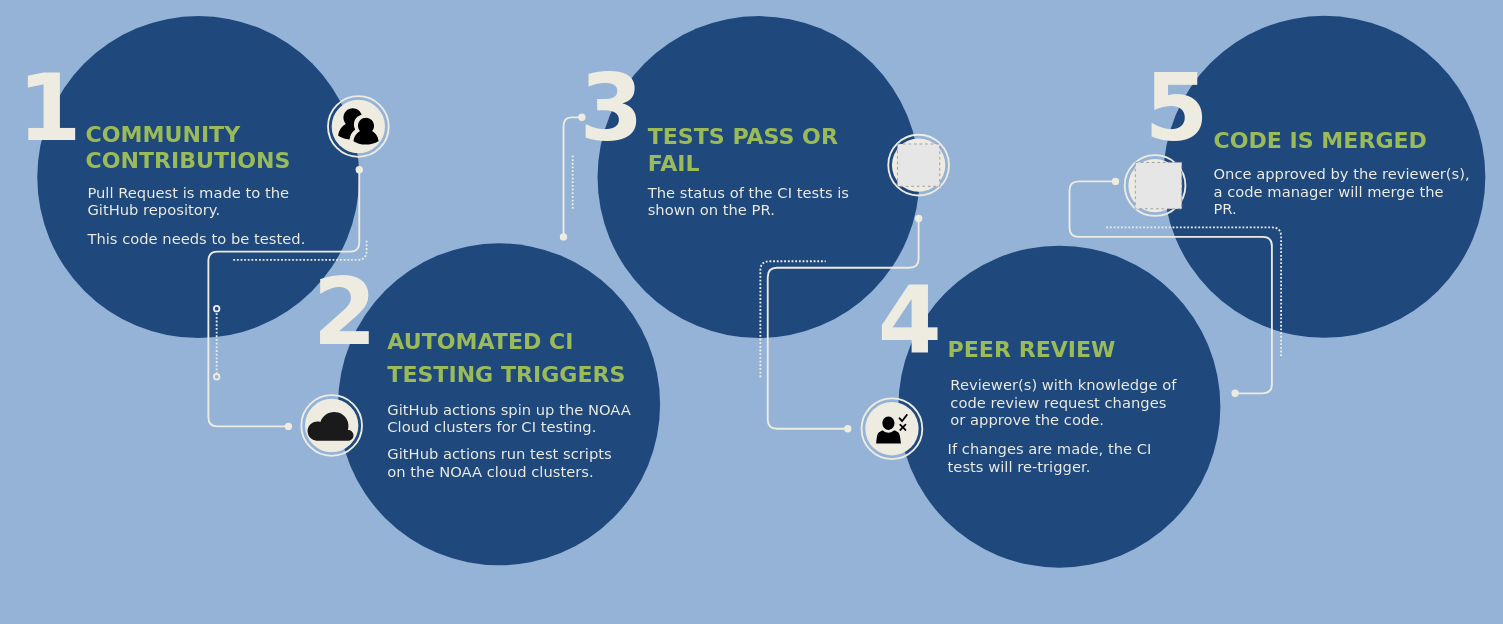
Above: Flowchart2AGU22.drawio in laurenchilutti/draw_io (draw.io), before the change. Source tidied: cells renumbered, new cells numbered last; positions are measured from the earlier drawing's top-left corner, leaving out a move shared by most shapes. Both pictures are drawn from the tidied source at 92%, with x=0, y=0 at pixel (16, 16). Pictures stored in the file or linked from it are replaced by grey dashed boxes.
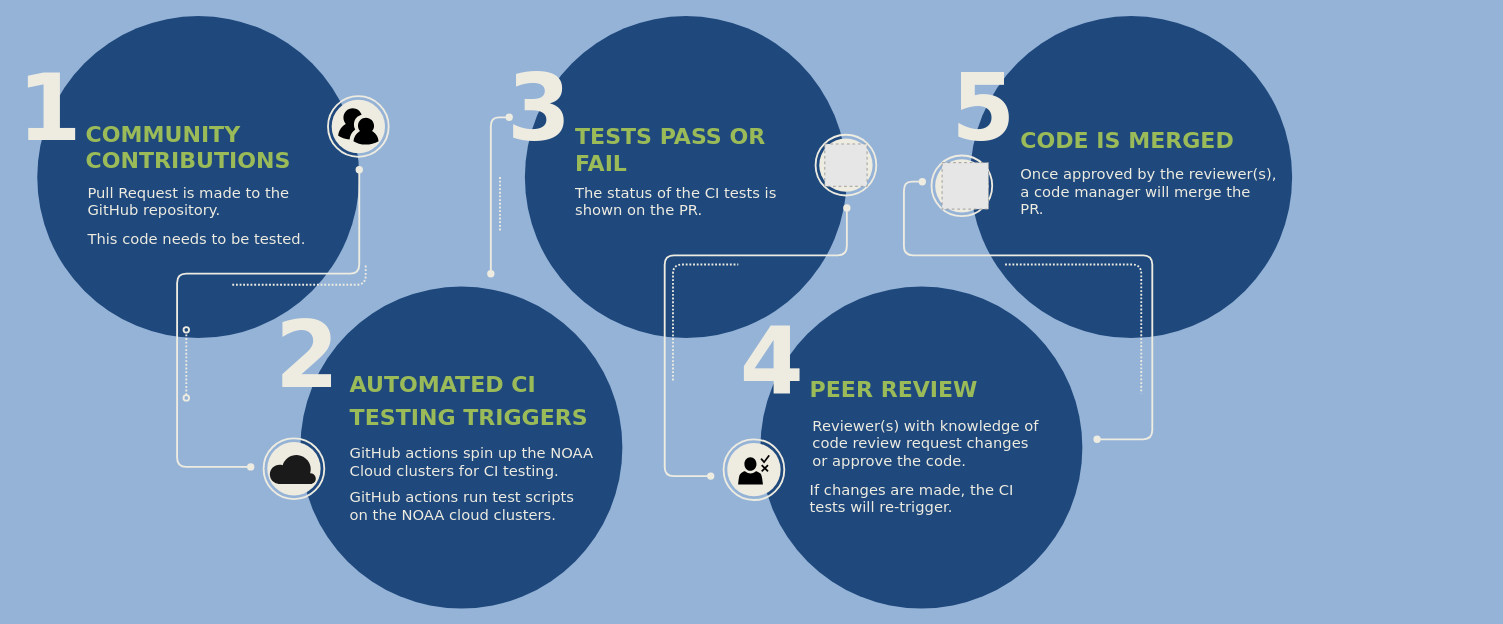
The same page after the edit.

Change to the diagram source:
```diff
@@
     <mxCell id="3" style="ellipse;whiteSpace=wrap;html=1;fontFamily=Verdana;fontSize=16;fontColor=#DDDDDD;strokeColor=none;fillColor=#1F497D;" parent="1" vertex="1">
-      <mxGeometry x="350" y="247" width="350" height="350" as="geometry" />
+      <mxGeometry x="309" y="294" width="350" height="350" as="geometry" />
     </mxCell>
@@
     <mxCell id="6" value="&lt;font color=&quot;#eeece1&quot;&gt;2&lt;/font&gt;" style="text;html=1;align=left;verticalAlign=top;spacingTop=-4;fontSize=100;fontFamily=Verdana;fontColor=#F18808;fontStyle=1;" parent="1" vertex="1">
-      <mxGeometry x="321" y="260" width="90" height="130" as="geometry" />
+      <mxGeometry x="280" y="307" width="90" height="130" as="geometry" />
     </mxCell>
@@
     <mxCell id="8" value="&lt;div style=&quot;line-height: 150%&quot;&gt;&lt;font color=&quot;#9bbb59&quot;&gt;AUTOMATED CI&lt;/font&gt;&lt;/div&gt;&lt;div style=&quot;line-height: 150%&quot;&gt;&lt;font color=&quot;#9bbb59&quot;&gt;TESTING TRIGGERS&lt;/font&gt;&lt;/div&gt;" style="text;html=1;align=left;verticalAlign=top;spacingTop=-4;fontSize=24;fontFamily=Verdana;fontColor=#DDDDDD;fontStyle=1;" parent="1" vertex="1">
-      <mxGeometry x="402" y="333" width="290" height="80" as="geometry" />
+      <mxGeometry x="361" y="380" width="290" height="80" as="geometry" />
     </mxCell>
@@
     <mxCell id="10" value="&lt;font color=&quot;#eeece1&quot;&gt;GitHub actions spin up the NOAA &lt;br&gt;Cloud clusters for CI testing.&lt;br&gt;&lt;/font&gt;" style="text;html=1;align=left;verticalAlign=top;spacingTop=-4;fontSize=16;fontColor=#888888;fontFamily=Verdana;" parent="1" vertex="1">
-      <mxGeometry x="402" y="416" width="290" height="50" as="geometry" />
+      <mxGeometry x="361" y="463" width="290" height="50" as="geometry" />
     </mxCell>
     <mxCell id="11" value="&lt;div style=&quot;line-height: 120%&quot;&gt;&lt;font color=&quot;#eeece1&quot; style=&quot;line-height: 120%&quot;&gt;GitHub actions run test scripts&lt;/font&gt;&lt;/div&gt;&lt;div style=&quot;line-height: 120%&quot;&gt;&lt;font color=&quot;#eeece1&quot; style=&quot;line-height: 120%&quot;&gt;on the NOAA cloud clusters.&lt;/font&gt;&lt;/div&gt;" style="text;align=left;verticalAlign=top;spacingTop=-4;fontSize=16;fontFamily=Verdana;fontColor=#888888;html=1;" parent="1" vertex="1">
-      <mxGeometry x="402" y="464" width="270" height="50" as="geometry" />
+      <mxGeometry x="361" y="511" width="270" height="50" as="geometry" />
     </mxCell>
-    <mxCell id="12" style="endArrow=oval;html=1;strokeColor=#EEECE1;fontFamily=Verdana;fontSize=16;fontColor=#DDDDDD;endFill=1;rounded=1;endSize=6;startArrow=oval;startFill=1;strokeWidth=2;" parent="1" edge="1">
+    <mxCell id="12" style="endArrow=oval;html=1;strokeColor=#EEECE1;fontFamily=Verdana;fontSize=16;fontColor=#DDDDDD;endFill=1;rounded=1;endSize=6;startArrow=oval;startFill=1;strokeWidth=2;edgeStyle=orthogonalEdgeStyle;" parent="1" edge="1">
       <mxGeometry relative="1" as="geometry">
-        <mxPoint x="296" y="446" as="sourcePoint" />
+        <mxPoint x="255" y="490" as="sourcePoint" />
         <mxPoint x="373" y="167" as="targetPoint" />
         <Array as="points">
-          <mxPoint x="209" y="446" />
-          <mxPoint x="209" y="256" />
-          <mxPoint x="373" y="256" />
+          <mxPoint x="175" y="490" />
+          <mxPoint x="175" y="280" />
+          <mxPoint x="373" y="280" />
         </Array>
       </mxGeometry>
     </mxCell>
     <mxCell id="13" style="endArrow=oval;html=1;strokeColor=#EEECE1;fontFamily=Verdana;fontSize=16;fontColor=#DDDDDD;endFill=0;rounded=1;endSize=6;startArrow=oval;startFill=0;dashed=1;strokeWidth=2;dashPattern=1 1;" parent="1" edge="1">
-      <mxGeometry x="1064" y="-273" as="geometry">
-        <mxPoint x="218" y="392" as="sourcePoint" />
-        <mxPoint x="218" y="318" as="targetPoint" />
+      <mxGeometry x="1031" y="-250" as="geometry">
+        <mxPoint x="185" y="415" as="sourcePoint" />
+        <mxPoint x="185" y="341" as="targetPoint" />
       </mxGeometry>
     </mxCell>
     <mxCell id="14" style="endArrow=none;html=1;strokeColor=#EEECE1;fontFamily=Verdana;fontSize=16;fontColor=#DDDDDD;endFill=0;rounded=1;endSize=6;startArrow=none;startFill=0;strokeWidth=2;dashed=1;dashPattern=1 1;" parent="1" edge="1">
-      <mxGeometry x="1031" y="-277" as="geometry">
-        <mxPoint x="236" y="265" as="sourcePoint" />
-        <mxPoint x="381" y="243" as="targetPoint" />
+      <mxGeometry x="1030" y="-250" as="geometry">
+        <mxPoint x="235" y="292" as="sourcePoint" />
+        <mxPoint x="380" y="270" as="targetPoint" />
         <Array as="points">
-          <mxPoint x="254" y="265" />
-          <mxPoint x="301" y="265" />
-          <mxPoint x="381" y="265" />
+          <mxPoint x="253" y="292" />
+          <mxPoint x="300" y="292" />
+          <mxPoint x="380" y="292" />
         </Array>
       </mxGeometry>
     </mxCell>
@@
     <mxCell id="19" style="group;" parent="1" vertex="1">
-      <mxGeometry x="310" y="412" width="66" height="66" as="geometry" />
+      <mxGeometry x="269" y="459" width="66" height="66" as="geometry" />
     </mxCell>
@@
     <mxCell id="23" style="ellipse;whiteSpace=wrap;html=1;fontFamily=Verdana;fontSize=16;fontColor=#DDDDDD;strokeColor=none;fillColor=#1F497D;" parent="1" vertex="1">
-      <mxGeometry x="632" width="350" height="350" as="geometry" />
+      <mxGeometry x="553" width="350" height="350" as="geometry" />
     </mxCell>
     <mxCell id="24" style="ellipse;whiteSpace=wrap;html=1;fontFamily=Verdana;fontSize=16;fontColor=#DDDDDD;strokeColor=none;fillColor=#1F497D;" parent="1" vertex="1">
-      <mxGeometry x="959" y="249.5" width="350" height="350" as="geometry" />
+      <mxGeometry x="809" y="294" width="350" height="350" as="geometry" />
     </mxCell>
     <mxCell id="25" value="&lt;font color=&quot;#eeece1&quot;&gt;3&lt;/font&gt;" style="text;html=1;align=left;verticalAlign=top;spacingTop=-4;fontSize=100;fontFamily=Verdana;fontColor=#F18808;fontStyle=1;" parent="1" vertex="1">
-      <mxGeometry x="611" y="38" width="90" height="130" as="geometry" />
+      <mxGeometry x="532" y="38" width="90" height="130" as="geometry" />
     </mxCell>
     <mxCell id="26" value="&lt;font color=&quot;#eeece1&quot;&gt;4&lt;/font&gt;" style="text;html=1;align=left;verticalAlign=top;spacingTop=-4;fontSize=100;fontFamily=Verdana;fontColor=#F18808;fontStyle=1;" parent="1" vertex="1">
-      <mxGeometry x="935" y="268.5" width="90" height="130" as="geometry" />
+      <mxGeometry x="785" y="313" width="90" height="130" as="geometry" />
     </mxCell>
     <mxCell id="27" value="&lt;font color=&quot;#9bbb59&quot;&gt;TESTS PASS OR&lt;br&gt;FAIL&lt;br&gt;&lt;/font&gt;" style="text;html=1;align=left;verticalAlign=top;spacingTop=-4;fontSize=24;fontFamily=Verdana;fontColor=#DDDDDD;fontStyle=1;" parent="1" vertex="1">
-      <mxGeometry x="685" y="115" width="230" height="70" as="geometry" />
+      <mxGeometry x="606" y="115" width="230" height="70" as="geometry" />
     </mxCell>
     <mxCell id="28" value="&lt;div style=&quot;line-height: 150%&quot;&gt;&lt;font color=&quot;#9bbb59&quot;&gt;PEER REVIEW&lt;/font&gt;&lt;/div&gt;" style="text;html=1;align=left;verticalAlign=top;spacingTop=-4;fontSize=24;fontFamily=Verdana;fontColor=#DDDDDD;fontStyle=1;" parent="1" vertex="1">
-      <mxGeometry x="1011" y="341.5" width="210" height="40" as="geometry" />
+      <mxGeometry x="861" y="386" width="210" height="40" as="geometry" />
     </mxCell>
     <mxCell id="29" value="&lt;font color=&quot;#eeece1&quot;&gt;The status of the CI tests is&lt;br&gt;shown on the PR.&lt;br&gt;&lt;/font&gt;" style="text;html=1;align=left;verticalAlign=top;spacingTop=-4;fontSize=16;fontColor=#888888;fontFamily=Verdana;" parent="1" vertex="1">
-      <mxGeometry x="685" y="180" width="250" height="50" as="geometry" />
+      <mxGeometry x="606" y="180" width="250" height="50" as="geometry" />
     </mxCell>
     <mxCell id="30" value="&lt;font color=&quot;#eeece1&quot;&gt;Reviewer(s) with knowledge of&amp;nbsp;&lt;br&gt;code review request changes&lt;br&gt;or approve the code.&lt;br&gt;&lt;/font&gt;" style="text;html=1;align=left;verticalAlign=top;spacingTop=-4;fontSize=16;fontColor=#888888;fontFamily=Verdana;" parent="1" vertex="1">
-      <mxGeometry x="1014" y="388.5" width="280" height="70" as="geometry" />
+      <mxGeometry x="864" y="433" width="280" height="70" as="geometry" />
     </mxCell>
     <mxCell id="31" style="endArrow=none;html=1;strokeColor=#EEECE1;fontFamily=Verdana;fontSize=16;fontColor=#DDDDDD;endFill=0;rounded=1;endSize=6;startArrow=none;startFill=0;strokeWidth=2;dashed=1;dashPattern=1 1;" parent="1" edge="1">
-      <mxGeometry x="1487" y="-207.5" as="geometry">
-        <mxPoint x="809" y="392.5" as="sourcePoint" />
-        <mxPoint x="880" y="266.5" as="targetPoint" />
+      <mxGeometry x="1392" y="-204" as="geometry">
+        <mxPoint x="714" y="396" as="sourcePoint" />
+        <mxPoint x="785" y="270" as="targetPoint" />
         <Array as="points">
-          <mxPoint x="809" y="266.5" />
+          <mxPoint x="714" y="270" />
         </Array>
       </mxGeometry>
     </mxCell>
-    <mxCell id="32" style="endArrow=oval;html=1;strokeColor=#EEECE1;fontFamily=Verdana;fontSize=16;fontColor=#DDDDDD;endFill=1;rounded=1;endSize=6;startArrow=oval;startFill=1;strokeWidth=2;" parent="1" edge="1">
+    <mxCell id="32" style="endArrow=oval;html=1;strokeColor=#EEECE1;fontFamily=Verdana;fontSize=16;fontColor=#DDDDDD;endFill=1;rounded=1;endSize=6;startArrow=oval;startFill=1;strokeWidth=2;edgeStyle=orthogonalEdgeStyle;" parent="1" edge="1">
       <mxGeometry relative="1" as="geometry">
-        <mxPoint x="904" y="448.5" as="sourcePoint" />
-        <mxPoint x="981" y="220" as="targetPoint" />
+        <mxPoint x="755" y="500" as="sourcePoint" />
+        <mxPoint x="903" y="208.5" as="targetPoint" />
         <Array as="points">
-          <mxPoint x="817" y="448.5" />
-          <mxPoint x="817" y="273.5" />
-          <mxPoint x="981" y="273.5" />
-          <mxPoint x="981" y="252.5" />
+          <mxPoint x="705" y="500" />
+          <mxPoint x="705" y="260" />
+          <mxPoint x="903" y="260" />
         </Array>
       </mxGeometry>
     </mxCell>
     <mxCell id="33" style="group;" parent="1" vertex="1">
-      <mxGeometry x="948" y="129" width="66" height="66" as="geometry" />
+      <mxGeometry x="869" y="129" width="66" height="66" as="geometry" />
     </mxCell>
@@
     <mxCell id="37" style="group;" parent="1" vertex="1">
-      <mxGeometry x="919" y="415.5" width="66" height="66" as="geometry" />
+      <mxGeometry x="769" y="460" width="66" height="66" as="geometry" />
     </mxCell>
@@
     <mxCell id="41" value="&lt;font color=&quot;#eeece1&quot;&gt;&lt;br&gt;&lt;/font&gt;" style="text;html=1;align=left;verticalAlign=top;spacingTop=-4;fontSize=16;fontColor=#888888;fontFamily=Verdana;" parent="1" vertex="1">
-      <mxGeometry x="685" y="226" width="20" height="30" as="geometry" />
+      <mxGeometry x="606" y="226" width="20" height="30" as="geometry" />
     </mxCell>
     <mxCell id="42" value="&lt;font color=&quot;#eeece1&quot;&gt;If changes are made, the CI&amp;nbsp;&lt;br&gt;tests will re-trigger.&lt;br&gt;&lt;/font&gt;" style="text;html=1;align=left;verticalAlign=top;spacingTop=-4;fontSize=16;fontColor=#888888;fontFamily=Verdana;" parent="1" vertex="1">
-      <mxGeometry x="1011" y="458.5" width="260" height="50" as="geometry" />
+      <mxGeometry x="861" y="503" width="260" height="50" as="geometry" />
     </mxCell>
     <mxCell id="43" style="ellipse;whiteSpace=wrap;html=1;fontFamily=Verdana;fontSize=16;fontColor=#DDDDDD;strokeColor=none;fillColor=#1F497D;" parent="1" vertex="1">
-      <mxGeometry x="1247" y="-0.3" width="350" height="350" as="geometry" />
+      <mxGeometry x="1037" width="350" height="350" as="geometry" />
     </mxCell>
     <mxCell id="44" value="&lt;font color=&quot;#eeece1&quot;&gt;5&lt;/font&gt;" style="text;html=1;align=left;verticalAlign=top;spacingTop=-4;fontSize=100;fontFamily=Verdana;fontColor=#F18808;fontStyle=1;" parent="1" vertex="1">
-      <mxGeometry x="1225" y="37.7" width="90" height="130" as="geometry" />
+      <mxGeometry x="1015" y="38" width="90" height="130" as="geometry" />
     </mxCell>
     <mxCell id="45" value="&lt;div style=&quot;line-height: 150%&quot;&gt;&lt;font color=&quot;#9bbb59&quot;&gt;CODE IS MERGED&lt;/font&gt;&lt;/div&gt;" style="text;html=1;align=left;verticalAlign=top;spacingTop=-4;fontSize=24;fontFamily=Verdana;fontColor=#DDDDDD;fontStyle=1;" parent="1" vertex="1">
-      <mxGeometry x="1300" y="114.7" width="260" height="40" as="geometry" />
+      <mxGeometry x="1090" y="115" width="260" height="40" as="geometry" />
     </mxCell>
     <mxCell id="46" value="&lt;font color=&quot;#eeece1&quot;&gt;Once approved by the reviewer(s),&lt;br&gt;a code manager will merge the&lt;br&gt;PR.&amp;nbsp;&lt;br&gt;&lt;/font&gt;" style="text;html=1;align=left;verticalAlign=top;spacingTop=-4;fontSize=16;fontColor=#888888;fontFamily=Verdana;" parent="1" vertex="1">
-      <mxGeometry x="1300" y="159.7" width="300" height="70" as="geometry" />
+      <mxGeometry x="1090" y="160" width="300" height="70" as="geometry" />
     </mxCell>
     <mxCell id="47" style="group;" parent="1" vertex="1">
-      <mxGeometry x="1205" y="151.2" width="66" height="66" as="geometry" />
+      <mxGeometry x="995" y="151.5" width="66" height="66" as="geometry" />
     </mxCell>
@@
     <mxCell id="51" style="orthogonalLoop=1;jettySize=auto;html=1;rounded=1;strokeColor=#EEECE1;fontColor=#9BBB59;endArrow=oval;endFill=1;startArrow=oval;startFill=1;strokeWidth=2;edgeStyle=orthogonalEdgeStyle;" parent="1" edge="1">
       <mxGeometry relative="1" as="geometry">
-        <mxPoint x="595" y="240" as="sourcePoint" />
-        <mxPoint x="615" y="110" as="targetPoint" />
+        <mxPoint x="516" y="280" as="sourcePoint" />
+        <mxPoint x="536" y="110" as="targetPoint" />
         <Array as="points">
-          <mxPoint x="595" y="110" />
-          <mxPoint x="615" y="110" />
+          <mxPoint x="516" y="110" />
+          <mxPoint x="536" y="110" />
         </Array>
       </mxGeometry>
     </mxCell>
     <mxCell id="52" style="edgeStyle=none;orthogonalLoop=1;jettySize=auto;html=1;rounded=1;strokeColor=#EEECE1;strokeWidth=2;fontColor=#9BBB59;startArrow=none;startFill=0;endArrow=none;endFill=0;dashed=1;dashPattern=1 1;" parent="1" edge="1">
       <mxGeometry relative="1" as="geometry">
-        <mxPoint x="605" y="151.5" as="sourcePoint" />
-        <mxPoint x="605" y="211.5" as="targetPoint" />
+        <mxPoint x="526" y="175" as="sourcePoint" />
+        <mxPoint x="526" y="235" as="targetPoint" />
       </mxGeometry>
     </mxCell>
     <mxCell id="53" style="edgeStyle=orthogonalEdgeStyle;orthogonalLoop=1;jettySize=auto;html=1;rounded=1;strokeColor=#EEECE1;strokeWidth=2;fontColor=#9BBB59;startArrow=oval;startFill=1;endArrow=oval;endFill=1;jumpSize=2;" parent="1" edge="1">
       <mxGeometry relative="1" as="geometry">
-        <mxPoint x="1325" y="410" as="sourcePoint" />
-        <mxPoint x="1195" y="179.7" as="targetPoint" />
+        <mxPoint x="1175" y="460" as="sourcePoint" />
+        <mxPoint x="985" y="180" as="targetPoint" />
         <Array as="points">
-          <mxPoint x="1365" y="410" />
-          <mxPoint x="1365" y="240" />
-          <mxPoint x="1145" y="240" />
-          <mxPoint x="1145" y="180" />
+          <mxPoint x="1235" y="460" />
+          <mxPoint x="1235" y="260" />
+          <mxPoint x="965" y="260" />
+          <mxPoint x="965" y="180" />
         </Array>
       </mxGeometry>
     </mxCell>
     <mxCell id="54" style="edgeStyle=orthogonalEdgeStyle;orthogonalLoop=1;jettySize=auto;html=1;rounded=1;strokeColor=#EEECE1;strokeWidth=2;fontColor=#9BBB59;startArrow=none;startFill=0;endArrow=none;endFill=0;jumpSize=2;dashed=1;dashPattern=1 1;" parent="1" edge="1">
       <mxGeometry relative="1" as="geometry">
-        <mxPoint x="1185" y="229.7" as="sourcePoint" />
-        <mxPoint x="1375" y="370" as="targetPoint" />
+        <mxPoint x="1075" y="270" as="sourcePoint" />
+        <mxPoint x="1223" y="410.3" as="targetPoint" />
         <Array as="points">
-          <mxPoint x="1375" y="230" />
-          <mxPoint x="1375" y="370" />
+          <mxPoint x="1223" y="270.3" />
+          <mxPoint x="1223" y="410.3" />
         </Array>
       </mxGeometry>
     </mxCell>
```
